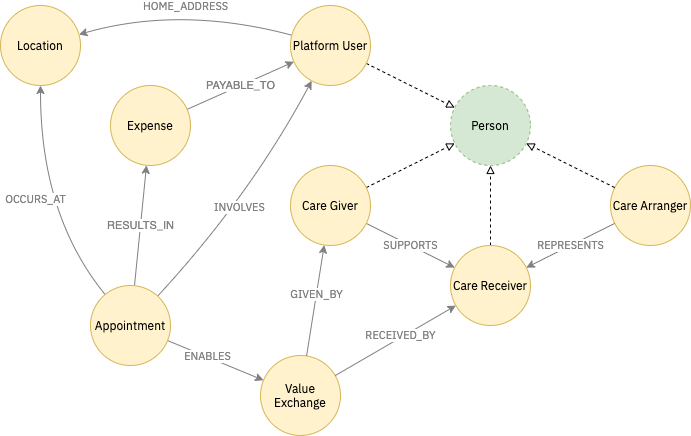
The draw.io diagram .gitbook/assets/graph-schema-overview.png in equalcarecoop/eccoo-tech-docs, before a commit. Source tidied: cells renumbered, new cells last; positions are measured from the earlier drawing's top-left corner, leaving out a move shared by most shapes.
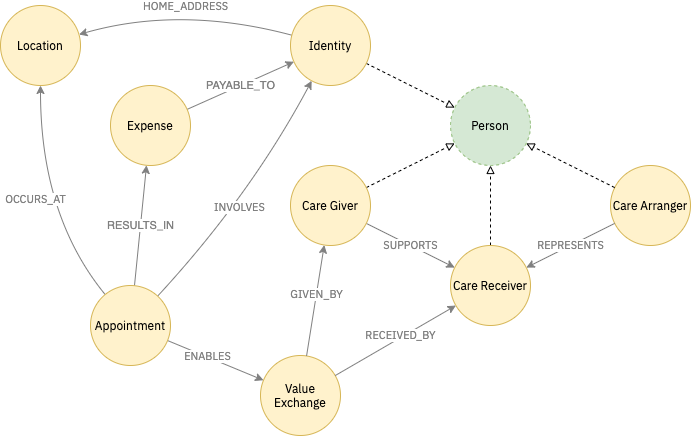
After the change.

Commit message:
GitBook: [master] 49 pages and one asset modified

The edit, as a diff of the source:
```diff
@@ -15,7 +15,7 @@
     <mxCell id="4" style="jettySize=auto;html=1;endArrow=block;endFill=0;dashed=1;" parent="1" edge="1" source="20" target="17">
       <mxGeometry relative="1" as="geometry" />
     </mxCell>
-    <mxCell id="5" value="Platform User" style="ellipse;whiteSpace=wrap;html=1;fontFamily=IBM Plex Sans;FType=g;fillColor=#fff2cc;strokeColor=#d6b656;" parent="1" vertex="1">
+    <mxCell id="5" value="Identity" style="ellipse;whiteSpace=wrap;html=1;fontFamily=IBM Plex Sans;FType=g;fillColor=#fff2cc;strokeColor=#d6b656;" parent="1" vertex="1">
       <mxGeometry x="290" width="80" height="80" as="geometry" />
     </mxCell>
     <mxCell id="6" value="Value Exchange" style="ellipse;whiteSpace=wrap;html=1;fontFamily=IBM Plex Sans;FType=g;fillColor=#fff2cc;strokeColor=#d6b656;" parent="1" vertex="1">
```
